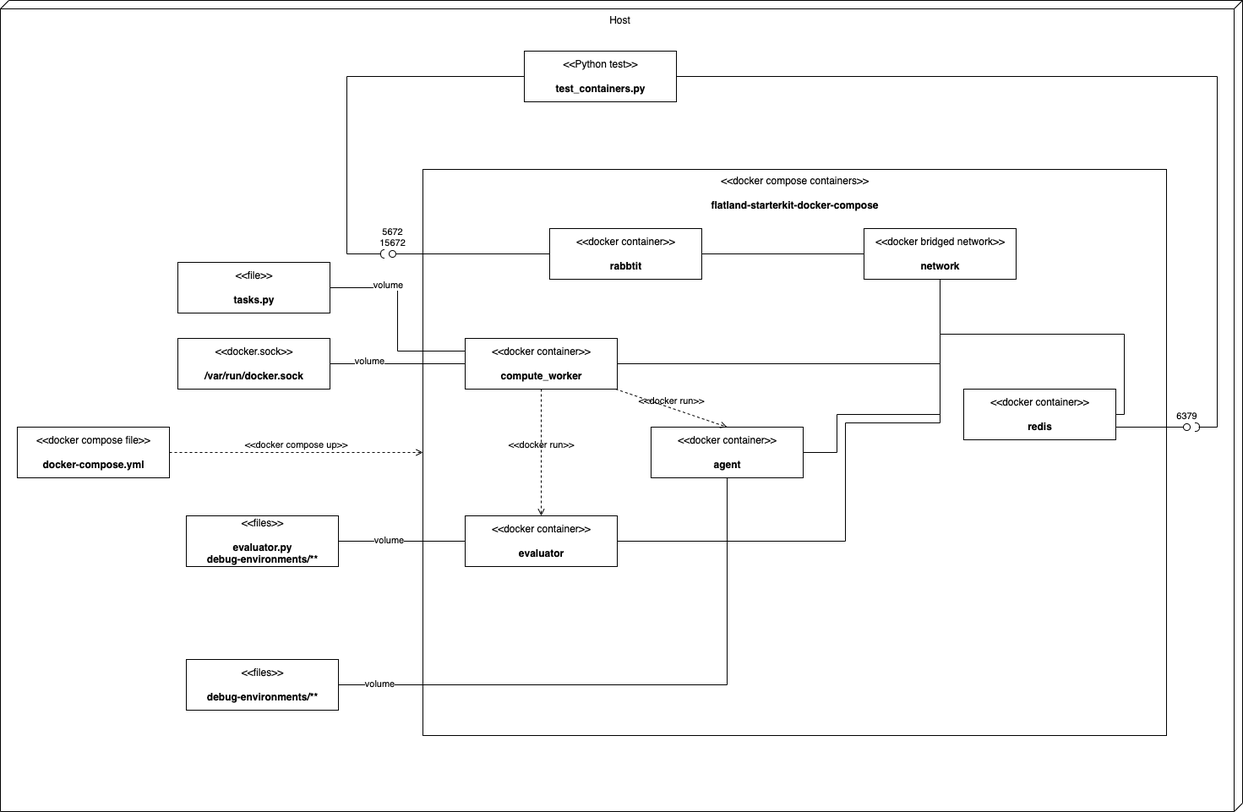
Earlier version of the draw.io export evaluation/img/deployment.drawio.png (flatland-association/flatland-benchmarks). Source tidied: cells renumbered, new cells last; positions are measured from the earlier drawing's top-left corner, leaving out a move shared by most shapes.
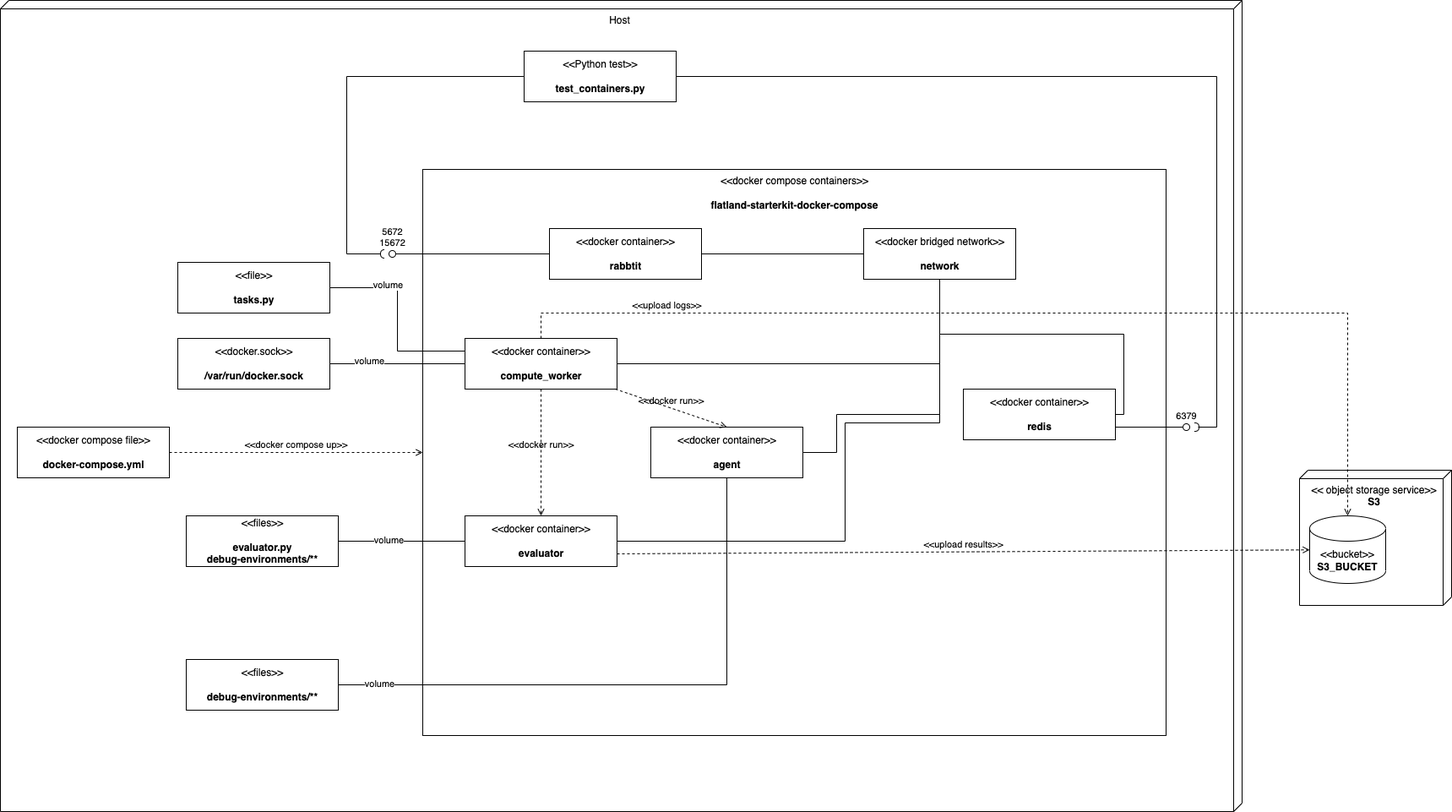
After the commit.

Commit message:
Update architecture diagrams.

Change to the diagram source:
```diff
@@ -138,5 +138,22 @@
     <mxCell id="39" style="shape=requiredInterface;html=1;fontSize=11;align=center;fillColor=none;points=[];verticalAlign=bottom;labelPosition=center;verticalLabelPosition=top;flipH=0;flipV=1;" parent="1" vertex="1">
       <mxGeometry x="1414" y="500" width="5" height="10" as="geometry" />
     </mxCell>
+    <mxCell id="40" value="&amp;lt;&amp;lt; object storage service&amp;gt;&amp;gt;&lt;br&gt;&lt;b&gt;S3&lt;/b&gt;" style="verticalAlign=top;align=center;shape=cube;size=10;direction=south;fontStyle=0;html=1;boundedLbl=1;spacingLeft=5;" parent="1" vertex="1">
+      <mxGeometry x="1538" y="556" width="180" height="160" as="geometry" />
+    </mxCell>
+    <mxCell id="41" value="&amp;lt;&amp;lt;bucket&amp;gt;&amp;gt;&lt;br&gt;&lt;b&gt;S3_BUCKET&lt;/b&gt;" style="shape=cylinder3;whiteSpace=wrap;html=1;boundedLbl=1;backgroundOutline=1;size=15;" parent="1" vertex="1">
+      <mxGeometry x="1550" y="610" width="90" height="80" as="geometry" />
+    </mxCell>
+    <mxCell id="42" value="&amp;lt;&amp;lt;upload results&amp;gt;&amp;gt;" style="html=1;verticalAlign=bottom;labelBackgroundColor=none;endArrow=open;endFill=0;dashed=1;rounded=0;exitX=1;exitY=0.75;exitDx=0;exitDy=0;" parent="1" edge="1" source="13" target="41">
+      <mxGeometry relative="1" as="geometry" />
+    </mxCell>
+    <mxCell id="43" value="&amp;lt;&amp;lt;upload logs&amp;gt;&amp;gt;" style="html=1;verticalAlign=bottom;labelBackgroundColor=none;endArrow=open;endFill=0;dashed=1;rounded=0;exitX=0.5;exitY=0;exitDx=0;exitDy=0;" parent="1" edge="1" source="6" target="41">
+      <mxGeometry x="-0.71" relative="1" as="geometry">
+        <Array as="points">
+          <mxPoint x="640" y="370" />
+          <mxPoint x="1595" y="370" />
+        </Array>
+      </mxGeometry>
+    </mxCell>
   </root>
 </mxGraphModel>
```
